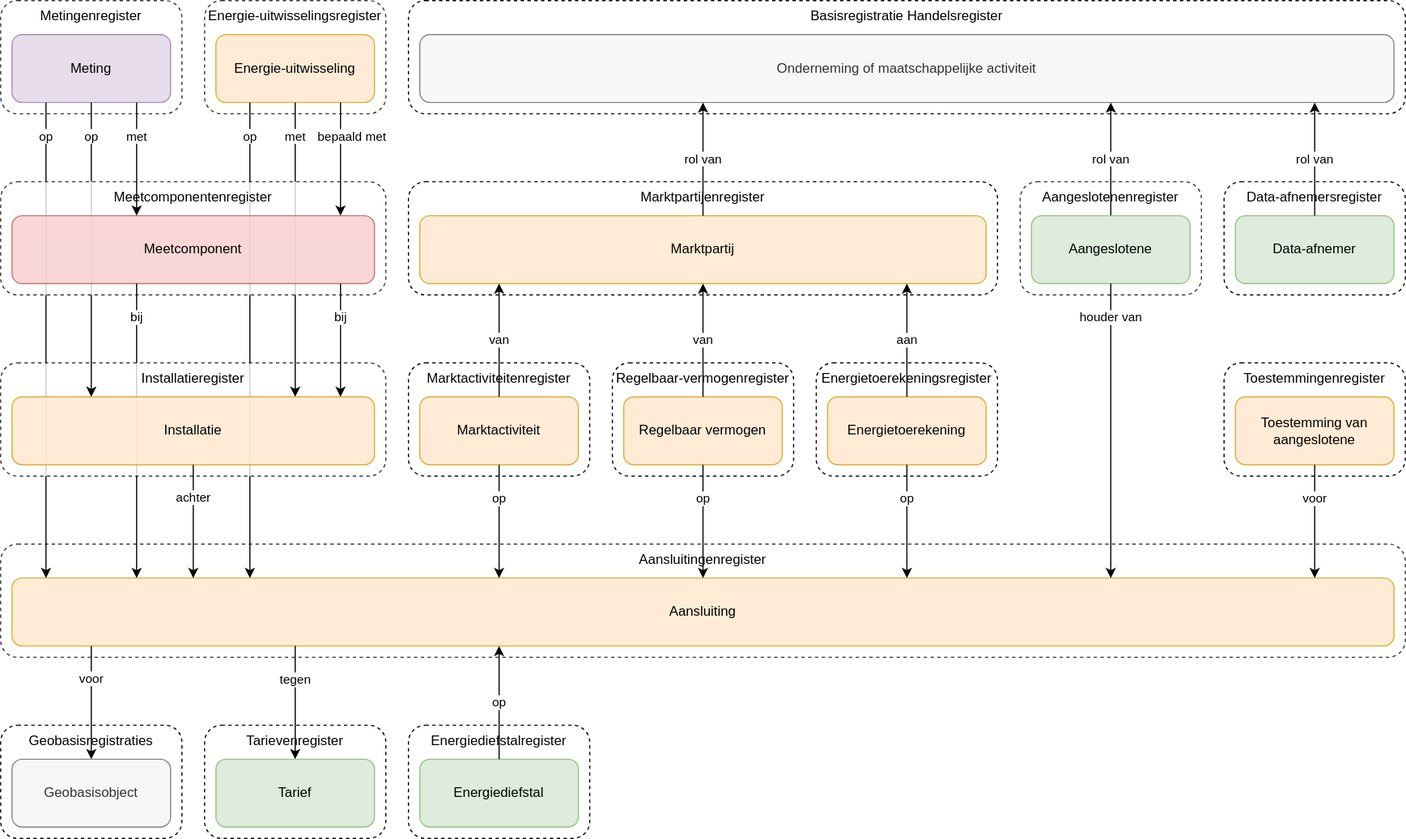
The draw.io diagram docs/assets/images/stelselplaat.drawio.svg in sefanja/nbnl-conceptuele-informatiemodellen, before a commit. Source tidied: cells renumbered, new cells last; positions are measured from the earlier drawing's top-left corner, leaving out a move shared by most shapes.
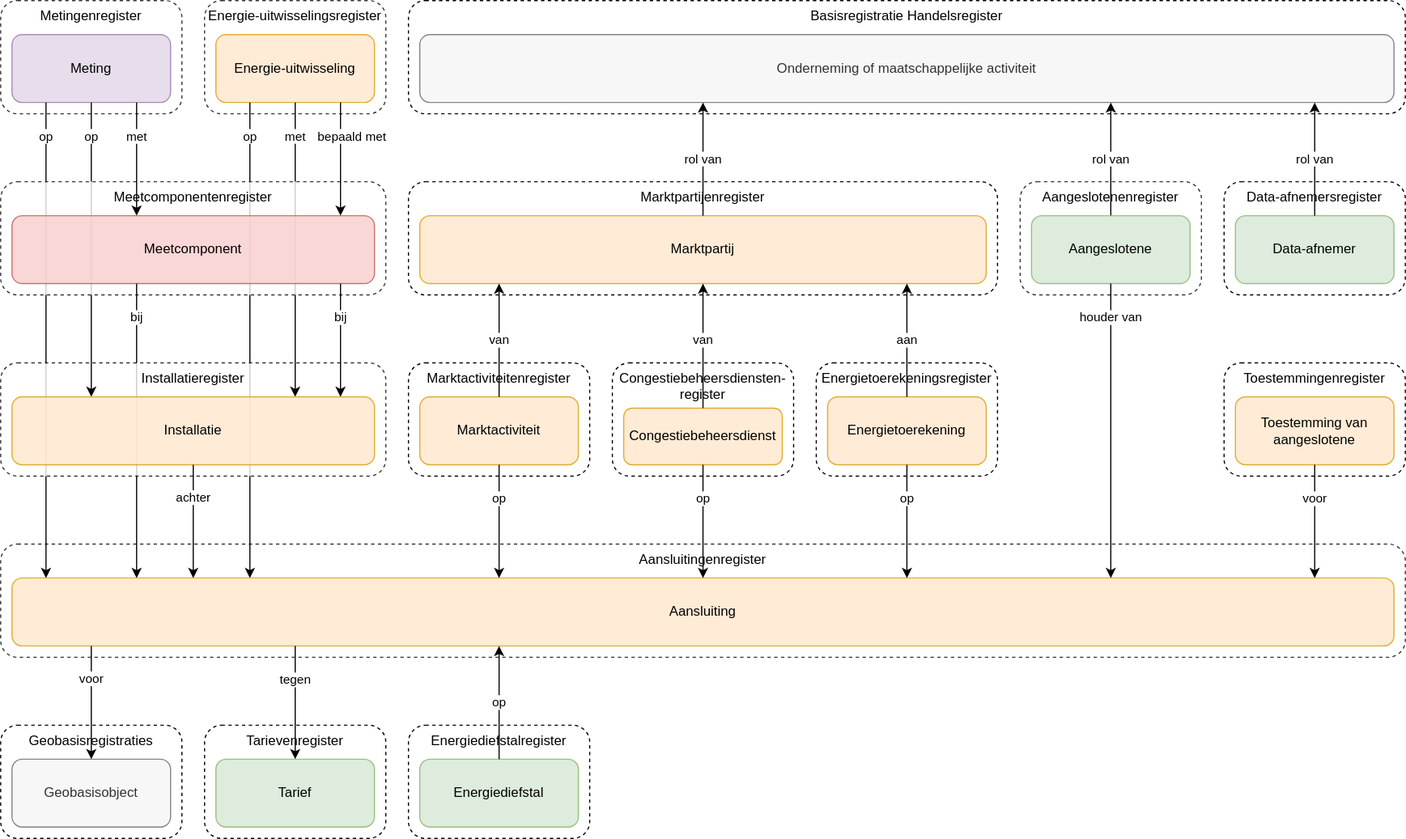
Later version of the same file.

Diff of the diagram source:
```diff
@@ -14,7 +14,7 @@
     <mxCell id="5" value="Marktactiviteitenregister" style="rounded=1;whiteSpace=wrap;html=1;verticalAlign=top;align=center;horizontal=1;dashed=1;" parent="1" vertex="1">
       <mxGeometry x="360" y="320" width="160" height="100" as="geometry" />
     </mxCell>
-    <mxCell id="6" value="Regelbaar-vermogenregister" style="rounded=1;whiteSpace=wrap;html=1;verticalAlign=top;align=center;horizontal=1;dashed=1;" parent="1" vertex="1">
+    <mxCell id="6" value="Congestiebeheersdiensten-register" style="rounded=1;whiteSpace=wrap;html=1;verticalAlign=top;align=center;horizontal=1;dashed=1;" parent="1" vertex="1">
       <mxGeometry x="540" y="320" width="160" height="100" as="geometry" />
     </mxCell>
     <mxCell id="7" value="Marktactiviteit" style="rounded=1;whiteSpace=wrap;html=1;fillColor=#ffe6cc;strokeColor=#d79b00;opacity=80;" parent="1" vertex="1">
@@ -23,14 +23,14 @@
     <mxCell id="8" value="Toestemming van aangeslotene" style="rounded=1;whiteSpace=wrap;html=1;fillColor=#ffe6cc;strokeColor=#d79b00;opacity=80;" parent="1" vertex="1">
       <mxGeometry x="1090" y="350" width="140" height="60" as="geometry" />
     </mxCell>
-    <mxCell id="9" value="Regelbaar vermogen" style="rounded=1;whiteSpace=wrap;html=1;fillColor=#ffe6cc;strokeColor=#d79b00;opacity=80;" parent="1" vertex="1">
-      <mxGeometry x="550" y="350" width="140" height="60" as="geometry" />
+    <mxCell id="9" value="Congestiebeheersdienst" style="rounded=1;whiteSpace=wrap;html=1;fillColor=#ffe6cc;strokeColor=#d79b00;opacity=80;" parent="1" vertex="1">
+      <mxGeometry x="550" y="360" width="140" height="50" as="geometry" />
     </mxCell>
     <mxCell id="10" value="van" style="endArrow=classic;html=1;rounded=0;edgeStyle=elbowEdgeStyle;" parent="1" edge="1" source="7" target="4">
       <mxGeometry relative="1" as="geometry" />
     </mxCell>
     <mxCell id="11" value="van" style="endArrow=classic;html=1;rounded=0;edgeStyle=elbowEdgeStyle;" parent="1" edge="1" source="9" target="4">
-      <mxGeometry relative="1" as="geometry" />
+      <mxGeometry x="0.09" relative="1" as="geometry" />
     </mxCell>
     <mxCell id="12" value="Energietoerekeningsregister" style="rounded=1;whiteSpace=wrap;html=1;verticalAlign=top;align=center;horizontal=1;dashed=1;" parent="1" vertex="1">
       <mxGeometry x="720" y="320" width="160" height="100" as="geometry" />
```
